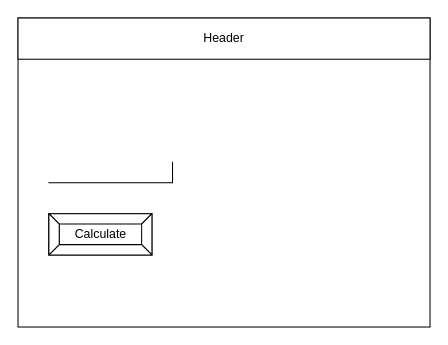
The draw.io diagram page "Page-1" (1 of 2) of design/story-board.drawio in ashley-monaghan/ICS2OR-Unit-5-07, before the edit. Source tidied: cells renumbered, new cells numbered last; positions are measured from the earlier drawing's top-left corner, leaving out a move shared by most shapes. Both pictures are drawn from the tidied source at 103%, with x=0, y=0 at pixel (18, 18).
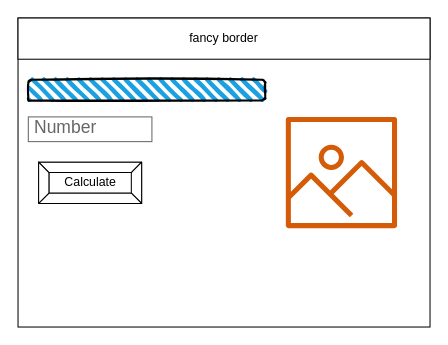
After the change.

What changed in the source:
```diff
@@
 <mxGraphModel>
   <root>
     <mxCell id="0" />
     <mxCell id="1" parent="0" />
     <mxCell id="2" style="rounded=0;whiteSpace=wrap;html=1;" parent="1" vertex="1">
       <mxGeometry width="400" height="300" as="geometry" />
     </mxCell>
-    <mxCell id="3" value="Header" style="rounded=0;whiteSpace=wrap;html=1;" parent="1" vertex="1">
+    <mxCell id="3" value="fancy border" style="rounded=0;whiteSpace=wrap;html=1;" parent="1" vertex="1">
       <mxGeometry width="400" height="40" as="geometry" />
     </mxCell>
-    <mxCell id="4" style="shape=partialRectangle;whiteSpace=wrap;html=1;top=0;left=0;fillColor=none;" parent="1" vertex="1">
-      <mxGeometry x="30" y="140" width="120" height="20" as="geometry" />
-    </mxCell>
     <mxCell id="5" value="Calculate" style="labelPosition=center;verticalLabelPosition=middle;align=center;html=1;shape=mxgraph.basic.button;dx=10;" parent="1" vertex="1">
-      <mxGeometry x="30" y="190" width="100" height="40" as="geometry" />
+      <mxGeometry x="20" y="140" width="100" height="40" as="geometry" />
     </mxCell>
+    <mxCell id="6" style="sketch=0;fontColor=#232F3E;gradientColor=none;fillColor=#D45B07;strokeColor=none;dashed=0;verticalLabelPosition=bottom;verticalAlign=top;align=center;html=1;fontSize=12;fontStyle=0;shape=mxgraph.aws4.container_registry_image;" parent="1" vertex="1">
+      <mxGeometry x="260" y="96" width="108" height="108" as="geometry" />
+    </mxCell>
+    <mxCell id="7" style="rounded=1;whiteSpace=wrap;html=1;strokeWidth=2;fillWeight=4;hachureGap=8;hachureAngle=45;fillColor=#1ba1e2;sketch=1;" parent="1" vertex="1">
+      <mxGeometry x="10" y="60" width="230" height="20" as="geometry" />
+    </mxCell>
+    <mxCell id="8" value="Number" style="strokeWidth=1;shadow=0;dashed=0;align=center;html=1;shape=mxgraph.mockup.text.textBox;fontColor=#666666;align=left;fontSize=17;spacingLeft=4;spacingTop=-3;strokeColor=#666666;mainText=;" parent="1" vertex="1">
+      <mxGeometry x="10" y="96" width="120" height="24" as="geometry" />
+    </mxCell>
   </root>
 </mxGraphModel>
```
